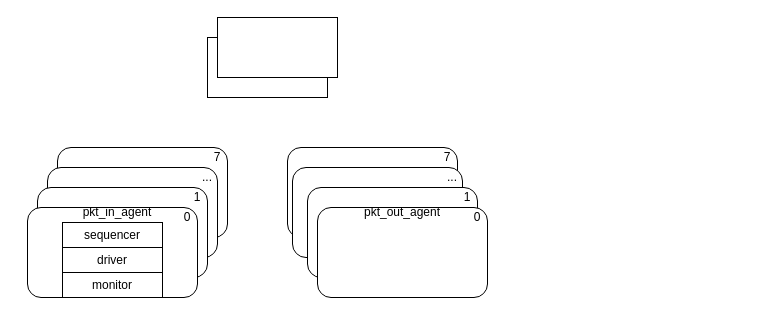
Before: dt005.drawio in huangliwood/Bingo, a draw.io diagram. Source tidied: cells renumbered, new cells numbered last; positions are measured from the earlier drawing's top-left corner, leaving out a move shared by most shapes. Both pictures are drawn from the tidied source at 100%, with x=0, y=0 at pixel (27, 17).
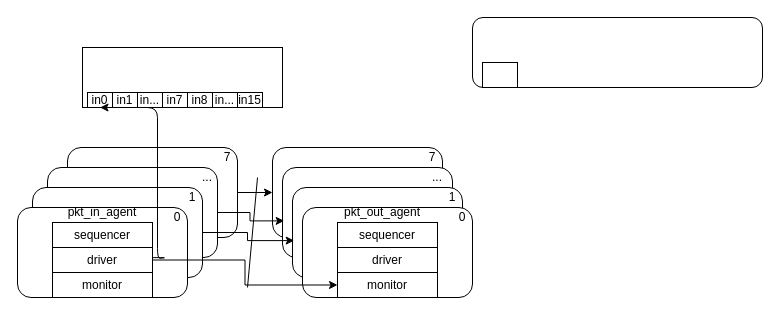
After the change.

The change refers to these unchanged cells:
```xml
<mxCell id="6" style="rounded=1;whiteSpace=wrap;html=1;" parent="1" vertex="1">
  <mxGeometry x="20" y="150" width="170" height="90" as="geometry" />
</mxCell>
```

What changed in the source:
```diff
@@
-    <mxCell id="2" style="rounded=0;whiteSpace=wrap;html=1;" parent="1" vertex="1">
-      <mxGeometry x="180" y="20" width="120" height="60" as="geometry" />
-    </mxCell>
     <mxCell id="3" style="rounded=0;whiteSpace=wrap;html=1;" parent="1" vertex="1">
-      <mxGeometry x="190" width="120" height="60" as="geometry" />
+      <mxGeometry x="55" y="30" width="200" height="60" as="geometry" />
     </mxCell>
@@
+    <mxCell id="26" style="edgeStyle=orthogonalEdgeStyle;rounded=0;jettySize=auto;html=1;entryX=0;entryY=0.5;entryDx=0;entryDy=0;" parent="1" edge="1" source="5" target="8">
+      <mxGeometry relative="1" as="geometry" />
+    </mxCell>
     <mxCell id="5" style="rounded=1;whiteSpace=wrap;html=1;" parent="1" vertex="1">
-      <mxGeometry x="30" y="130" width="170" height="90" as="geometry" />
+      <mxGeometry x="40" y="130" width="170" height="90" as="geometry" />
     </mxCell>
@@
     <mxCell id="7" style="rounded=1;whiteSpace=wrap;html=1;" parent="1" vertex="1">
-      <mxGeometry x="10" y="170" width="170" height="90" as="geometry" />
+      <mxGeometry x="5" y="170" width="170" height="90" as="geometry" />
     </mxCell>
     <mxCell id="8" style="rounded=1;whiteSpace=wrap;html=1;" parent="1" vertex="1">
-      <mxGeometry x="260" y="130" width="170" height="90" as="geometry" />
+      <mxGeometry x="245" y="130" width="170" height="90" as="geometry" />
     </mxCell>
     <mxCell id="9" style="rounded=1;whiteSpace=wrap;html=1;" parent="1" vertex="1">
-      <mxGeometry y="190" width="170" height="90" as="geometry" />
+      <mxGeometry x="-10" y="190" width="170" height="90" as="geometry" />
     </mxCell>
     <mxCell id="10" style="rounded=1;whiteSpace=wrap;html=1;" parent="1" vertex="1">
-      <mxGeometry x="265" y="150" width="170" height="90" as="geometry" />
+      <mxGeometry x="255" y="150" width="170" height="90" as="geometry" />
     </mxCell>
     <mxCell id="11" style="rounded=1;whiteSpace=wrap;html=1;" parent="1" vertex="1">
-      <mxGeometry x="280" y="170" width="170" height="90" as="geometry" />
+      <mxGeometry x="265" y="170" width="170" height="90" as="geometry" />
     </mxCell>
     <mxCell id="12" style="rounded=1;whiteSpace=wrap;html=1;" parent="1" vertex="1">
-      <mxGeometry x="290" y="190" width="170" height="90" as="geometry" />
+      <mxGeometry x="275" y="190" width="170" height="90" as="geometry" />
     </mxCell>
+    <mxCell id="27" style="edgeStyle=orthogonalEdgeStyle;rounded=0;jettySize=auto;html=1;entryX=0;entryY=0.5;entryDx=0;entryDy=0;" parent="1" edge="1" source="13" target="29">
+      <mxGeometry relative="1" as="geometry" />
+    </mxCell>
     <mxCell id="13" value="driver" style="rounded=0;whiteSpace=wrap;html=1;" parent="1" vertex="1">
-      <mxGeometry x="35" y="230" width="100" height="25" as="geometry" />
+      <mxGeometry x="25" y="230" width="100" height="25" as="geometry" />
     </mxCell>
     <mxCell id="14" value="monitor" style="rounded=0;whiteSpace=wrap;html=1;" parent="1" vertex="1">
-      <mxGeometry x="35" y="255" width="100" height="25" as="geometry" />
+      <mxGeometry x="25" y="255" width="100" height="25" as="geometry" />
     </mxCell>
     <mxCell id="15" value="sequencer" style="rounded=0;whiteSpace=wrap;html=1;" parent="1" vertex="1">
-      <mxGeometry x="35" y="205" width="100" height="25" as="geometry" />
+      <mxGeometry x="25" y="205" width="100" height="25" as="geometry" />
     </mxCell>
     <mxCell id="16" value="pkt_in_agent" style="text;html=1;align=center;verticalAlign=middle;whiteSpace=wrap;rounded=0;" parent="1" vertex="1">
-      <mxGeometry x="60" y="180" width="60" height="30" as="geometry" />
+      <mxGeometry x="45" y="180" width="60" height="30" as="geometry" />
     </mxCell>
     <mxCell id="17" value="0" style="text;html=1;align=center;verticalAlign=middle;whiteSpace=wrap;rounded=0;" parent="1" vertex="1">
-      <mxGeometry x="150" y="190" width="20" height="20" as="geometry" />
+      <mxGeometry x="140" y="190" width="20" height="20" as="geometry" />
     </mxCell>
     <mxCell id="18" value="1" style="text;html=1;align=center;verticalAlign=middle;whiteSpace=wrap;rounded=0;" parent="1" vertex="1">
-      <mxGeometry x="160" y="170" width="20" height="20" as="geometry" />
+      <mxGeometry x="155" y="170" width="20" height="20" as="geometry" />
     </mxCell>
@@
     <mxCell id="20" value="7" style="text;html=1;align=center;verticalAlign=middle;whiteSpace=wrap;rounded=0;" parent="1" vertex="1">
-      <mxGeometry x="180" y="130" width="20" height="20" as="geometry" />
+      <mxGeometry x="190" y="130" width="20" height="20" as="geometry" />
     </mxCell>
     <mxCell id="21" value="0" style="text;html=1;align=center;verticalAlign=middle;whiteSpace=wrap;rounded=0;" parent="1" vertex="1">
-      <mxGeometry x="440" y="190" width="20" height="20" as="geometry" />
+      <mxGeometry x="425" y="190" width="20" height="20" as="geometry" />
     </mxCell>
     <mxCell id="22" value="1" style="text;html=1;align=center;verticalAlign=middle;whiteSpace=wrap;rounded=0;" parent="1" vertex="1">
-      <mxGeometry x="430" y="170" width="20" height="20" as="geometry" />
+      <mxGeometry x="415" y="170" width="20" height="20" as="geometry" />
     </mxCell>
     <mxCell id="23" value="..." style="text;html=1;align=center;verticalAlign=middle;whiteSpace=wrap;rounded=0;" parent="1" vertex="1">
-      <mxGeometry x="415" y="150" width="20" height="20" as="geometry" />
+      <mxGeometry x="400" y="150" width="20" height="20" as="geometry" />
     </mxCell>
     <mxCell id="24" value="7" style="text;html=1;align=center;verticalAlign=middle;whiteSpace=wrap;rounded=0;" parent="1" vertex="1">
-      <mxGeometry x="410" y="130" width="20" height="20" as="geometry" />
+      <mxGeometry x="395" y="130" width="20" height="20" as="geometry" />
     </mxCell>
     <mxCell id="25" value="pkt_out_agent" style="text;html=1;align=center;verticalAlign=middle;whiteSpace=wrap;rounded=0;" parent="1" vertex="1">
-      <mxGeometry x="345" y="180" width="60" height="30" as="geometry" />
+      <mxGeometry x="325" y="180" width="60" height="30" as="geometry" />
     </mxCell>
+    <mxCell id="28" value="driver" style="rounded=0;whiteSpace=wrap;html=1;" parent="1" vertex="1">
+      <mxGeometry x="310" y="230" width="100" height="25" as="geometry" />
+    </mxCell>
+    <mxCell id="29" value="monitor" style="rounded=0;whiteSpace=wrap;html=1;" parent="1" vertex="1">
+      <mxGeometry x="310" y="255" width="100" height="25" as="geometry" />
+    </mxCell>
+    <mxCell id="30" value="sequencer" style="rounded=0;whiteSpace=wrap;html=1;" parent="1" vertex="1">
+      <mxGeometry x="310" y="205" width="100" height="25" as="geometry" />
+    </mxCell>
+    <mxCell id="31" style="rounded=1;whiteSpace=wrap;html=1;" parent="1" vertex="1">
+      <mxGeometry x="445" width="290" height="70" as="geometry" />
+    </mxCell>
+    <mxCell id="2" style="rounded=0;whiteSpace=wrap;html=1;" parent="1" vertex="1">
+      <mxGeometry x="455" y="45" width="35" height="25" as="geometry" />
+    </mxCell>
+    <mxCell id="32" style="edgeStyle=orthogonalEdgeStyle;rounded=0;jettySize=auto;html=1;exitX=1;exitY=0.5;exitDx=0;exitDy=0;entryX=0.01;entryY=0.59;entryDx=0;entryDy=0;entryPerimeter=0;" parent="1" edge="1" source="7" target="11">
+      <mxGeometry relative="1" as="geometry" />
+    </mxCell>
+    <mxCell id="33" style="edgeStyle=orthogonalEdgeStyle;rounded=0;jettySize=auto;html=1;exitX=1;exitY=0.5;exitDx=0;exitDy=0;entryX=0.01;entryY=0.593;entryDx=0;entryDy=0;entryPerimeter=0;" parent="1" edge="1" source="6" target="10">
+      <mxGeometry relative="1" as="geometry" />
+    </mxCell>
+    <mxCell id="34" style="endArrow=none;html=1;rounded=0;" parent="1" edge="1">
+      <mxGeometry relative="1" as="geometry">
+        <mxPoint x="220" y="270" as="sourcePoint" />
+        <mxPoint x="230" y="160" as="targetPoint" />
+      </mxGeometry>
+    </mxCell>
+    <mxCell id="35" value="in0" style="rounded=0;whiteSpace=wrap;html=1;" parent="1" vertex="1">
+      <mxGeometry x="60" y="75" width="25" height="15" as="geometry" />
+    </mxCell>
+    <mxCell id="36" value="in1" style="rounded=0;whiteSpace=wrap;html=1;" parent="1" vertex="1">
+      <mxGeometry x="85" y="75" width="25" height="15" as="geometry" />
+    </mxCell>
+    <mxCell id="37" value="in..." style="rounded=0;whiteSpace=wrap;html=1;" parent="1" vertex="1">
+      <mxGeometry x="110" y="75" width="25" height="15" as="geometry" />
+    </mxCell>
+    <mxCell id="38" value="in7" style="rounded=0;whiteSpace=wrap;html=1;" parent="1" vertex="1">
+      <mxGeometry x="135" y="75" width="25" height="15" as="geometry" />
+    </mxCell>
+    <mxCell id="39" value="in8" style="rounded=0;whiteSpace=wrap;html=1;" parent="1" vertex="1">
+      <mxGeometry x="160" y="75" width="25" height="15" as="geometry" />
+    </mxCell>
+    <mxCell id="40" value="in..." style="rounded=0;whiteSpace=wrap;html=1;" parent="1" vertex="1">
+      <mxGeometry x="185" y="75" width="25" height="15" as="geometry" />
+    </mxCell>
+    <mxCell id="41" value="in15" style="rounded=0;whiteSpace=wrap;html=1;" parent="1" vertex="1">
+      <mxGeometry x="210" y="75" width="25" height="15" as="geometry" />
+    </mxCell>
+    <mxCell id="42" style="endArrow=classic;html=1;rounded=1;entryX=0.5;entryY=1;entryDx=0;entryDy=0;edgeStyle=orthogonalEdgeStyle;exitX=1.003;exitY=0.405;exitDx=0;exitDy=0;exitPerimeter=0;" parent="1" edge="1" source="13" target="35">
+      <mxGeometry relative="1" as="geometry">
+        <Array as="points">
+          <mxPoint x="140" y="240" />
+          <mxPoint x="130" y="241" />
+          <mxPoint x="130" y="90" />
+        </Array>
+      </mxGeometry>
+    </mxCell>
```
